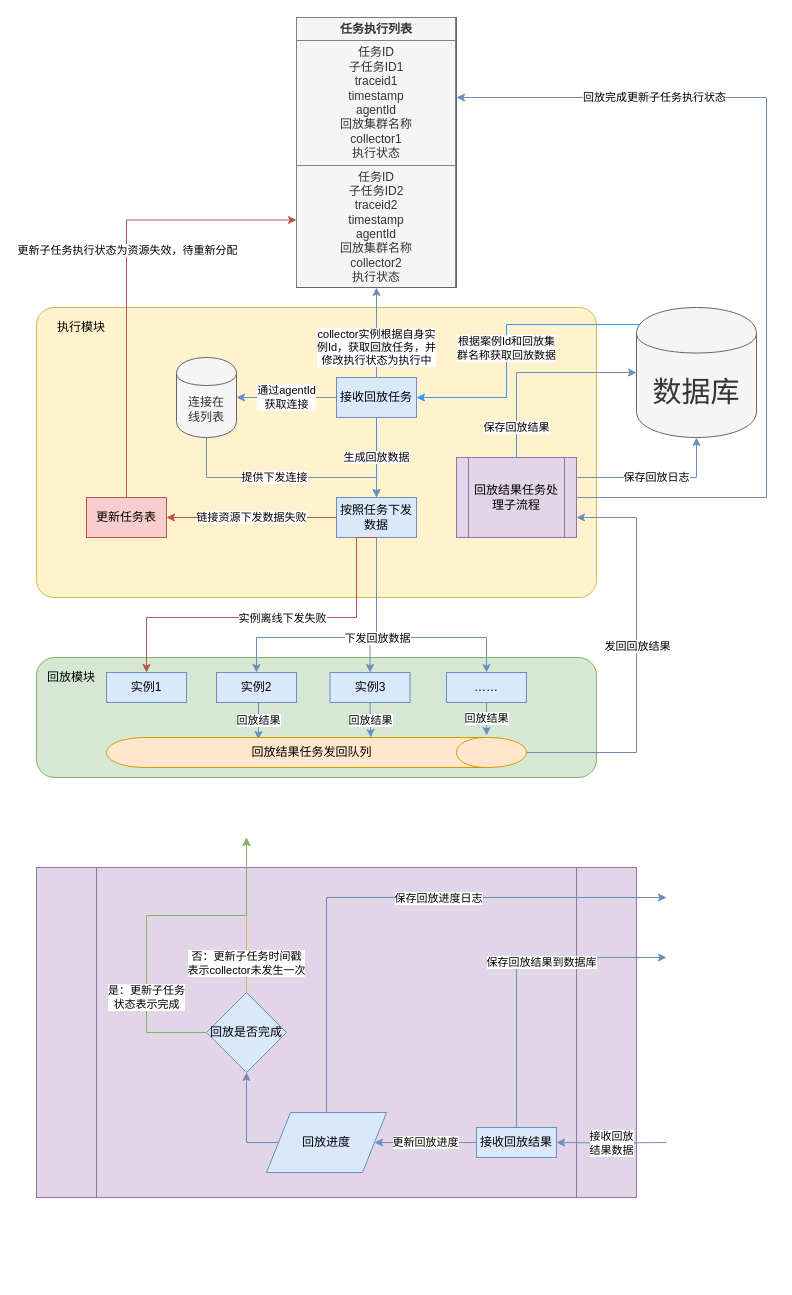
Above: 执行模块.drawio in emothion/diagrams (draw.io), before the change. Source tidied: cells renumbered, new cells numbered last; positions are measured from the earlier drawing's top-left corner, leaving out a move shared by most shapes. Both pictures are drawn from the tidied source at 100%, with x=0, y=0 at pixel (36, 17).
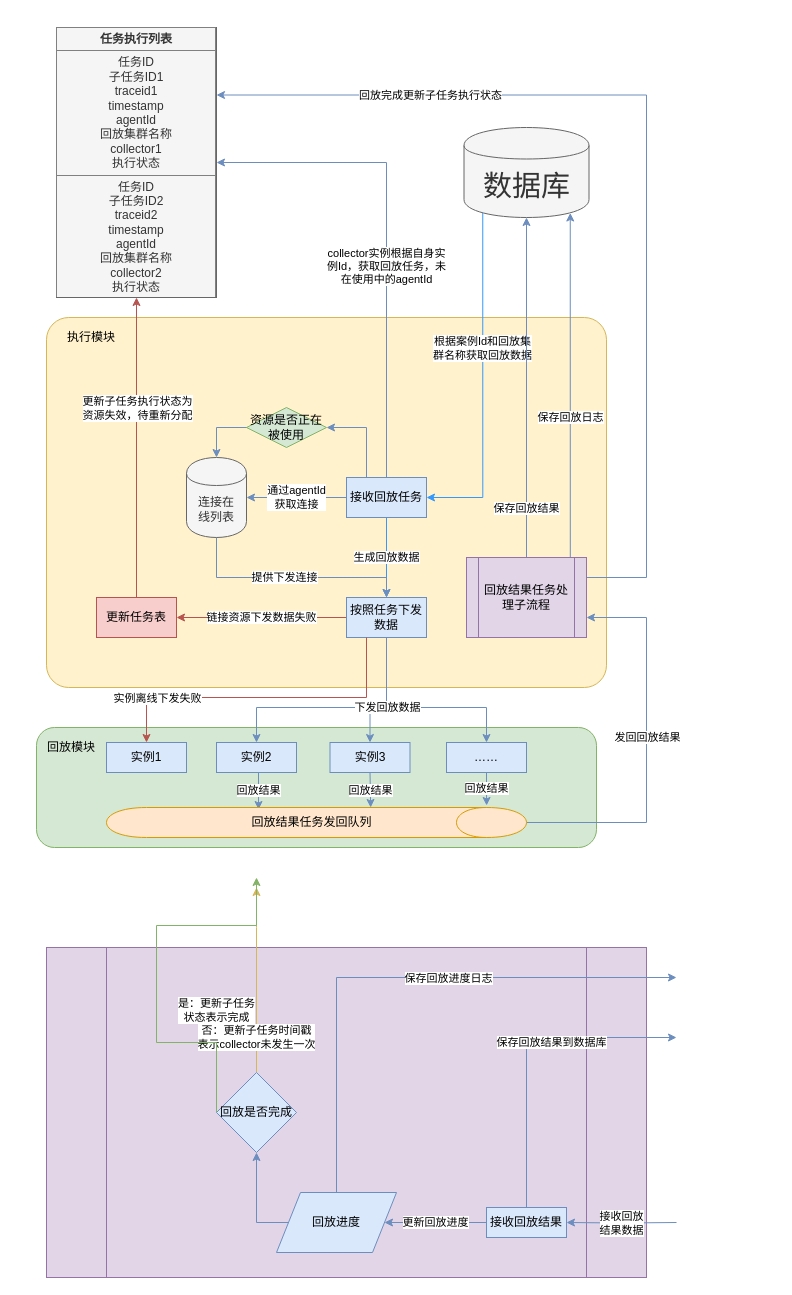
The same diagram, later.

Commit message (it also covers changes not shown here):
更新执行模块.drawio

Change to the diagram source:
```diff
@@
-    <mxCell id="2" style="shape=process;whiteSpace=wrap;html=1;backgroundOutline=1;fillColor=#e1d5e7;strokeColor=#9673a6;" parent="1" vertex="1">
-      <mxGeometry y="850" width="600" height="330" as="geometry" />
-    </mxCell>
+    <mxCell id="54" style="shape=process;whiteSpace=wrap;html=1;backgroundOutline=1;fillColor=#e1d5e7;strokeColor=#9673a6;" parent="1" vertex="1">
+      <mxGeometry x="10" y="930" width="600" height="330" as="geometry" />
+    </mxCell>
     <mxCell id="3" value="接收回放&lt;br&gt;结果数据" style="edgeStyle=orthogonalEdgeStyle;rounded=0;jettySize=auto;html=1;entryX=1;entryY=0.5;entryDx=0;entryDy=0;fillColor=#dae8fc;strokeColor=#6c8ebf;" parent="1" edge="1" target="46">
       <mxGeometry relative="1" as="geometry">
-        <mxPoint x="630" y="1125" as="sourcePoint" />
+        <mxPoint x="640" y="1205" as="sourcePoint" />
       </mxGeometry>
     </mxCell>
-    <mxCell id="4" style="rounded=1;whiteSpace=wrap;html=1;fillColor=#fff2cc;strokeColor=#d6b656;arcSize=6;" parent="1" vertex="1">
-      <mxGeometry y="290" width="560" height="290" as="geometry" />
-    </mxCell>
-    <mxCell id="5" style="rounded=1;whiteSpace=wrap;html=1;fillColor=#d5e8d4;strokeColor=#82b366;" parent="1" vertex="1">
-      <mxGeometry y="640" width="560" height="120" as="geometry" />
-    </mxCell>
+    <mxCell id="55" style="rounded=1;whiteSpace=wrap;html=1;fillColor=#fff2cc;strokeColor=#d6b656;arcSize=6;" parent="1" vertex="1">
+      <mxGeometry x="10" y="300" width="560" height="370" as="geometry" />
+    </mxCell>
+    <mxCell id="56" style="rounded=1;whiteSpace=wrap;html=1;fillColor=#d5e8d4;strokeColor=#82b366;" parent="1" vertex="1">
+      <mxGeometry y="710" width="560" height="120" as="geometry" />
+    </mxCell>
     <mxCell id="6" value="生成回放数据" style="edgeStyle=orthogonalEdgeStyle;rounded=0;jettySize=auto;html=1;exitX=0.5;exitY=1;exitDx=0;exitDy=0;entryX=0.5;entryY=0;entryDx=0;entryDy=0;strokeColor=#3399FF;fontSize=11;fontColor=#000000;" parent="1" edge="1" source="9" target="11">
       <mxGeometry relative="1" as="geometry">
         <Array as="points">
-          <mxPoint x="340" y="440" />
-          <mxPoint x="340" y="440" />
+          <mxPoint x="350" y="540" />
+          <mxPoint x="350" y="540" />
         </Array>
       </mxGeometry>
     </mxCell>
-    <mxCell id="7" value="collector实例根据自身实&lt;br&gt;例Id，获取回放任务，并&lt;br&gt;修改执行状态为执行中" style="edgeStyle=orthogonalEdgeStyle;rounded=0;jettySize=auto;html=1;exitX=0.5;exitY=0;exitDx=0;exitDy=0;entryX=0.5;entryY=1;entryDx=0;entryDy=0;fillColor=#dae8fc;strokeColor=#6c8ebf;" parent="1" edge="1" source="9" target="14">
-      <mxGeometry x="-0.33" relative="1" as="geometry" />
+    <mxCell id="7" value="collector实例根据自身实&lt;br&gt;例Id，获取回放任务，未&lt;br&gt;在使用中的agentId" style="edgeStyle=orthogonalEdgeStyle;rounded=0;jettySize=auto;html=1;exitX=0.5;exitY=0;exitDx=0;exitDy=0;entryX=1;entryY=0.5;entryDx=0;entryDy=0;fillColor=#dae8fc;strokeColor=#6c8ebf;" parent="1" edge="1" source="9" target="14">
+      <mxGeometry x="-0.13" relative="1" as="geometry" />
     </mxCell>
@@
+    <mxCell id="57" style="edgeStyle=orthogonalEdgeStyle;rounded=0;jettySize=auto;html=1;exitX=0.25;exitY=0;exitDx=0;exitDy=0;entryX=0.5;entryY=0;entryDx=0;entryDy=0;fillColor=#dae8fc;strokeColor=#6c8ebf;" parent="1" edge="1" source="61" target="42">
+      <mxGeometry relative="1" as="geometry">
+        <Array as="points">
+          <mxPoint x="180" y="410" />
+        </Array>
+      </mxGeometry>
+    </mxCell>
     <mxCell id="9" value="接收回放任务" style="rounded=0;whiteSpace=wrap;html=1;fillColor=#dae8fc;strokeColor=#6c8ebf;" parent="1" vertex="1">
-      <mxGeometry x="300" y="360" width="80" height="40" as="geometry" />
+      <mxGeometry x="310" y="460" width="80" height="40" as="geometry" />
     </mxCell>
@@
     <mxCell id="11" value="按照任务下发数据" style="rounded=0;whiteSpace=wrap;html=1;fillColor=#dae8fc;strokeColor=#6c8ebf;" parent="1" vertex="1">
-      <mxGeometry x="300" y="480" width="80" height="40" as="geometry" />
+      <mxGeometry x="310" y="580" width="80" height="40" as="geometry" />
     </mxCell>
-    <mxCell id="12" value="根据案例Id和回放集&lt;br&gt;群名称获取回放数据" style="edgeStyle=orthogonalEdgeStyle;rounded=0;jettySize=auto;html=1;exitX=0.15;exitY=0.05;exitDx=0;exitDy=0;exitPerimeter=0;entryX=1;entryY=0.5;entryDx=0;entryDy=0;strokeColor=#3399FF;fontSize=11;fontColor=#000000;" parent="1" edge="1" source="13" target="9">
-      <mxGeometry x="0.13" relative="1" as="geometry">
+    <mxCell id="12" value="根据案例Id和回放集&lt;br&gt;群名称获取回放数据" style="edgeStyle=orthogonalEdgeStyle;rounded=0;jettySize=auto;html=1;exitX=0.15;exitY=0.95;exitDx=0;exitDy=0;entryX=1;entryY=0.5;entryDx=0;entryDy=0;strokeColor=#3399FF;fontSize=11;fontColor=#000000;exitPerimeter=0;" parent="1" edge="1" source="13" target="9">
+      <mxGeometry x="-0.21" relative="1" as="geometry">
         <Array as="points">
-          <mxPoint x="470" y="307" />
-          <mxPoint x="470" y="380" />
+          <mxPoint x="446" y="480" />
         </Array>
+        <mxPoint y="1" as="offset" />
       </mxGeometry>
     </mxCell>
     <mxCell id="13" value="数据库" style="shape=cylinder;whiteSpace=wrap;html=1;boundedLbl=1;backgroundOutline=1;fontSize=29;fontColor=#333333;fillColor=#f5f5f5;strokeColor=#666666;" parent="1" vertex="1">
-      <mxGeometry x="600" y="290" width="120" height="130" as="geometry" />
+      <mxGeometry x="427.5" y="110" width="125" height="90" as="geometry" />
     </mxCell>
     <mxCell id="14" value="&lt;table border=&quot;1&quot; width=&quot;100%&quot; cellpadding=&quot;4&quot; style=&quot;width: 100% ; height: 100% ; border-collapse: collapse&quot;&gt;&lt;tbody&gt;&lt;tr&gt;&lt;th align=&quot;center&quot;&gt;任务执行列表&lt;/th&gt;&lt;/tr&gt;&lt;tr&gt;&lt;td align=&quot;center&quot;&gt;任务ID&lt;br&gt;子任务ID1&lt;br&gt;traceid1&lt;br&gt;timestamp&lt;br&gt;agentId&lt;br&gt;回放集群名称&lt;br&gt;collector1&lt;br&gt;执行状态&lt;/td&gt;&lt;/tr&gt;&lt;tr&gt;&lt;td align=&quot;center&quot;&gt;任务ID&lt;br&gt;子任务ID2&lt;br&gt;traceid2&lt;br&gt;timestamp&lt;br&gt;agentId&lt;br&gt;回放集群名称&lt;br&gt;collector2&lt;br&gt;执行状态&lt;br&gt;&lt;/td&gt;&lt;/tr&gt;&lt;/tbody&gt;&lt;/table&gt;" style="text;html=1;strokeColor=#666666;fillColor=#f5f5f5;overflow=fill;fontColor=#333333;" parent="1" vertex="1">
-      <mxGeometry x="260" width="160" height="270" as="geometry" />
+      <mxGeometry x="20" y="10" width="160" height="270" as="geometry" />
     </mxCell>
     <mxCell id="15" value="执行模块" style="text;html=1;strokeColor=none;fillColor=none;align=center;verticalAlign=middle;whiteSpace=wrap;rounded=0;" parent="1" vertex="1">
-      <mxGeometry x="10" y="300" width="70" height="20" as="geometry" />
+      <mxGeometry x="20" y="310" width="70" height="20" as="geometry" />
     </mxCell>
     <mxCell id="16" value="回放模块" style="text;html=1;strokeColor=none;fillColor=none;align=center;verticalAlign=middle;whiteSpace=wrap;rounded=0;" parent="1" vertex="1">
-      <mxGeometry x="10" y="650" width="50" height="20" as="geometry" />
+      <mxGeometry x="10" y="720" width="50" height="20" as="geometry" />
     </mxCell>
     <mxCell id="17" value="实例1" style="rounded=0;whiteSpace=wrap;html=1;fillColor=#dae8fc;strokeColor=#6c8ebf;" parent="1" vertex="1">
-      <mxGeometry x="70" y="655" width="80" height="30" as="geometry" />
+      <mxGeometry x="70" y="725" width="80" height="30" as="geometry" />
     </mxCell>
@@
     <mxCell id="19" value="实例2" style="rounded=0;whiteSpace=wrap;html=1;fillColor=#dae8fc;strokeColor=#6c8ebf;" parent="1" vertex="1">
-      <mxGeometry x="180" y="655" width="80" height="30" as="geometry" />
+      <mxGeometry x="180" y="725" width="80" height="30" as="geometry" />
     </mxCell>
@@
     <mxCell id="21" value="实例3" style="rounded=0;whiteSpace=wrap;html=1;fillColor=#dae8fc;strokeColor=#6c8ebf;" parent="1" vertex="1">
-      <mxGeometry x="293.5" y="655" width="80" height="30" as="geometry" />
+      <mxGeometry x="293.5" y="725" width="80" height="30" as="geometry" />
     </mxCell>
@@
     <mxCell id="23" value="……" style="rounded=0;whiteSpace=wrap;html=1;fillColor=#dae8fc;strokeColor=#6c8ebf;" parent="1" vertex="1">
-      <mxGeometry x="410" y="655" width="80" height="30" as="geometry" />
+      <mxGeometry x="410" y="725" width="80" height="30" as="geometry" />
     </mxCell>
     <mxCell id="24" style="edgeStyle=orthogonalEdgeStyle;rounded=0;jettySize=auto;html=1;exitX=0.5;exitY=1;exitDx=0;exitDy=0;entryX=0.5;entryY=0;entryDx=0;entryDy=0;fillColor=#dae8fc;strokeColor=#6c8ebf;" parent="1" edge="1" source="11" target="21">
       <mxGeometry relative="1" as="geometry">
         <Array as="points">
-          <mxPoint x="340" y="620" />
-          <mxPoint x="334" y="620" />
+          <mxPoint x="350" y="690" />
+          <mxPoint x="334" y="690" />
         </Array>
       </mxGeometry>
     </mxCell>
     <mxCell id="25" style="edgeStyle=orthogonalEdgeStyle;rounded=0;jettySize=auto;html=1;exitX=0.5;exitY=1;exitDx=0;exitDy=0;entryX=0.5;entryY=0;entryDx=0;entryDy=0;fillColor=#dae8fc;strokeColor=#6c8ebf;" parent="1" edge="1" source="11" target="23">
       <mxGeometry relative="1" as="geometry">
         <Array as="points">
-          <mxPoint x="340" y="620" />
-          <mxPoint x="450" y="620" />
+          <mxPoint x="350" y="690" />
+          <mxPoint x="450" y="690" />
         </Array>
       </mxGeometry>
     </mxCell>
     <mxCell id="26" style="edgeStyle=orthogonalEdgeStyle;rounded=0;jettySize=auto;html=1;exitX=0.5;exitY=1;exitDx=0;exitDy=0;entryX=0.5;entryY=0;entryDx=0;entryDy=0;fillColor=#dae8fc;strokeColor=#6c8ebf;" parent="1" edge="1" source="11" target="19">
       <mxGeometry relative="1" as="geometry">
         <Array as="points">
-          <mxPoint x="340" y="620" />
-          <mxPoint x="220" y="620" />
+          <mxPoint x="350" y="690" />
+          <mxPoint x="220" y="690" />
         </Array>
       </mxGeometry>
     </mxCell>
     <mxCell id="27" value="下发回放数据" style="edgeLabel;html=1;align=center;verticalAlign=middle;" parent="26" vertex="1">
       <mxGeometry x="-0.47" y="-1" relative="1" as="geometry">
-        <mxPoint x="1" y="32" as="offset" />
+        <mxPoint x="1" y="7" as="offset" />
       </mxGeometry>
     </mxCell>
-    <mxCell id="28" style="edgeStyle=orthogonalEdgeStyle;rounded=0;jettySize=auto;html=1;exitX=0.5;exitY=1;exitDx=0;exitDy=0;entryX=0.5;entryY=0;entryDx=0;entryDy=0;fillColor=#f8cecc;strokeColor=#b85450;" parent="1" edge="1" source="11" target="17">
+    <mxCell id="28" style="edgeStyle=orthogonalEdgeStyle;rounded=0;jettySize=auto;html=1;exitX=0.25;exitY=1;exitDx=0;exitDy=0;entryX=0.5;entryY=0;entryDx=0;entryDy=0;fillColor=#f8cecc;strokeColor=#b85450;" parent="1" edge="1" source="11" target="17">
       <mxGeometry relative="1" as="geometry">
         <Array as="points">
-          <mxPoint x="320" y="520" />
-          <mxPoint x="320" y="600" />
-          <mxPoint x="110" y="600" />
+          <mxPoint x="330" y="680" />
+          <mxPoint x="110" y="680" />
         </Array>
       </mxGeometry>
     </mxCell>
     <mxCell id="29" value="实例离线下发失败" style="edgeLabel;html=1;align=center;verticalAlign=middle;" parent="28" vertex="1">
-      <mxGeometry x="-0.04" relative="1" as="geometry" />
+      <mxGeometry x="-0.04" relative="1" as="geometry">
+        <mxPoint x="-114" as="offset" />
+      </mxGeometry>
     </mxCell>
     <mxCell id="30" style="edgeStyle=orthogonalEdgeStyle;rounded=0;jettySize=auto;html=1;exitX=0.5;exitY=0;exitDx=0;exitDy=0;entryX=1;entryY=0.75;entryDx=0;entryDy=0;fillColor=#dae8fc;strokeColor=#6c8ebf;" parent="1" edge="1" source="32" target="36">
       <mxGeometry relative="1" as="geometry">
         <Array as="points">
-          <mxPoint x="600" y="735" />
-          <mxPoint x="600" y="500" />
+          <mxPoint x="610" y="805" />
+          <mxPoint x="610" y="600" />
         </Array>
       </mxGeometry>
     </mxCell>
@@
     <mxCell id="32" value="回放结果任务发回队列" style="shape=cylinder;whiteSpace=wrap;html=1;boundedLbl=1;backgroundOutline=1;direction=south;fillColor=#ffe6cc;strokeColor=#d79b00;" parent="1" vertex="1">
-      <mxGeometry x="70" y="720" width="420" height="30" as="geometry" />
+      <mxGeometry x="70" y="790" width="420" height="30" as="geometry" />
     </mxCell>
-    <mxCell id="33" value="保存回放结果" style="edgeStyle=orthogonalEdgeStyle;rounded=0;jettySize=auto;html=1;exitX=0.5;exitY=0;exitDx=0;exitDy=0;entryX=0;entryY=0.5;entryDx=0;entryDy=0;fillColor=#dae8fc;strokeColor=#6c8ebf;" parent="1" edge="1" source="36" target="13">
+    <mxCell id="33" value="保存回放结果" style="edgeStyle=orthogonalEdgeStyle;rounded=0;jettySize=auto;html=1;exitX=0.5;exitY=0;exitDx=0;exitDy=0;entryX=0.5;entryY=1;entryDx=0;entryDy=0;fillColor=#dae8fc;strokeColor=#6c8ebf;" parent="1" edge="1" source="36" target="13">
       <mxGeometry x="-0.71" relative="1" as="geometry" />
     </mxCell>
-    <mxCell id="34" value="回放完成更新子任务执行状态" style="edgeStyle=orthogonalEdgeStyle;rounded=0;jettySize=auto;html=1;exitX=1;exitY=0.5;exitDx=0;exitDy=0;fillColor=#dae8fc;strokeColor=#6c8ebf;" parent="1" edge="1" source="36">
+    <mxCell id="34" value="回放完成更新子任务执行状态" style="edgeStyle=orthogonalEdgeStyle;rounded=0;jettySize=auto;html=1;exitX=1;exitY=0.25;exitDx=0;exitDy=0;fillColor=#dae8fc;strokeColor=#6c8ebf;entryX=1;entryY=0.25;entryDx=0;entryDy=0;" parent="1" edge="1" source="36" target="14">
       <mxGeometry x="0.56" relative="1" as="geometry">
-        <mxPoint x="420" y="80" as="targetPoint" />
         <Array as="points">
-          <mxPoint x="730" y="480" />
-          <mxPoint x="730" y="80" />
+          <mxPoint x="610" y="560" />
+          <mxPoint x="610" y="78" />
         </Array>
       </mxGeometry>
     </mxCell>
-    <mxCell id="35" value="保存回放日志" style="edgeStyle=orthogonalEdgeStyle;rounded=0;jettySize=auto;html=1;exitX=1;exitY=0.25;exitDx=0;exitDy=0;entryX=0.5;entryY=1;entryDx=0;entryDy=0;fillColor=#dae8fc;strokeColor=#6c8ebf;" parent="1" edge="1" source="36" target="13">
-      <mxGeometry relative="1" as="geometry" />
+    <mxCell id="35" value="保存回放日志" style="edgeStyle=orthogonalEdgeStyle;rounded=0;jettySize=auto;html=1;exitX=0.75;exitY=0;exitDx=0;exitDy=0;fillColor=#dae8fc;strokeColor=#6c8ebf;entryX=0.85;entryY=0.95;entryDx=0;entryDy=0;entryPerimeter=0;" parent="1" edge="1" source="36" target="13">
+      <mxGeometry x="-0.14" relative="1" as="geometry">
+        <Array as="points">
+          <mxPoint x="534" y="540" />
+        </Array>
+      </mxGeometry>
     </mxCell>
     <mxCell id="36" value="回放结果任务处理子流程" style="shape=process;whiteSpace=wrap;html=1;backgroundOutline=1;fillColor=#e1d5e7;strokeColor=#9673a6;" parent="1" vertex="1">
-      <mxGeometry x="420" y="440" width="120" height="80" as="geometry" />
+      <mxGeometry x="430" y="540" width="120" height="80" as="geometry" />
     </mxCell>
-    <mxCell id="37" style="edgeStyle=orthogonalEdgeStyle;rounded=0;jettySize=auto;html=1;exitX=0.5;exitY=0;exitDx=0;exitDy=0;entryX=0;entryY=0.75;entryDx=0;entryDy=0;fillColor=#f8cecc;strokeColor=#b85450;" parent="1" edge="1" source="39" target="14">
+    <mxCell id="37" style="edgeStyle=orthogonalEdgeStyle;rounded=0;jettySize=auto;html=1;exitX=0.5;exitY=0;exitDx=0;exitDy=0;entryX=0.5;entryY=1;entryDx=0;entryDy=0;fillColor=#f8cecc;strokeColor=#b85450;" parent="1" edge="1" source="39" target="14">
       <mxGeometry relative="1" as="geometry" />
     </mxCell>
-    <mxCell id="38" value="更新子任务执行状态为资源失效，待重新分配" style="edgeLabel;html=1;align=center;verticalAlign=middle;" parent="37" vertex="1">
-      <mxGeometry x="0.01" y="1" relative="1" as="geometry">
-        <mxPoint x="1" y="-22" as="offset" />
-      </mxGeometry>
-    </mxCell>
+    <mxCell id="58" value="更新子任务执行状态为&lt;br&gt;资源失效，待重新分配" style="edgeLabel;html=1;align=center;verticalAlign=middle;" parent="37" vertex="1">
+      <mxGeometry x="0.01" y="1" relative="1" as="geometry">
+        <mxPoint x="1" y="-38" as="offset" />
+      </mxGeometry>
+    </mxCell>
     <mxCell id="39" value="更新任务表" style="rounded=0;whiteSpace=wrap;html=1;fillColor=#f8cecc;strokeColor=#b85450;" parent="1" vertex="1">
-      <mxGeometry x="50" y="480" width="80" height="40" as="geometry" />
+      <mxGeometry x="60" y="580" width="80" height="40" as="geometry" />
     </mxCell>
     <mxCell id="40" style="edgeStyle=orthogonalEdgeStyle;rounded=0;jettySize=auto;html=1;exitX=0.5;exitY=1;exitDx=0;exitDy=0;entryX=0.5;entryY=0;entryDx=0;entryDy=0;fillColor=#dae8fc;strokeColor=#6c8ebf;" parent="1" edge="1" source="42" target="11">
       <mxGeometry relative="1" as="geometry">
         <Array as="points">
-          <mxPoint x="170" y="460" />
-          <mxPoint x="340" y="460" />
+          <mxPoint x="180" y="560" />
+          <mxPoint x="350" y="560" />
         </Array>
       </mxGeometry>
     </mxCell>
@@
     <mxCell id="42" value="连接在&lt;br&gt;线列表" style="shape=cylinder;whiteSpace=wrap;html=1;boundedLbl=1;backgroundOutline=1;fillColor=#f5f5f5;strokeColor=#666666;fontColor=#333333;" parent="1" vertex="1">
-      <mxGeometry x="140" y="340" width="60" height="80" as="geometry" />
+      <mxGeometry x="150" y="440" width="60" height="80" as="geometry" />
     </mxCell>
-    <mxCell id="43" style="edgeStyle=orthogonalEdgeStyle;rounded=0;jettySize=auto;html=1;exitX=0.5;exitY=0;exitDx=0;exitDy=0;fillColor=#dae8fc;strokeColor=#6c8ebf;" parent="1" edge="1" source="46">
-      <mxGeometry relative="1" as="geometry">
-        <mxPoint x="630" y="940" as="targetPoint" />
-        <Array as="points">
-          <mxPoint x="480" y="940" />
-        </Array>
-      </mxGeometry>
-    </mxCell>
+    <mxCell id="59" style="edgeStyle=orthogonalEdgeStyle;rounded=0;jettySize=auto;html=1;exitX=0.5;exitY=0;exitDx=0;exitDy=0;fillColor=#dae8fc;strokeColor=#6c8ebf;" parent="1" edge="1" source="46">
+      <mxGeometry relative="1" as="geometry">
+        <mxPoint x="640" y="1020" as="targetPoint" />
+        <Array as="points">
+          <mxPoint x="490" y="1020" />
+        </Array>
+      </mxGeometry>
+    </mxCell>
-    <mxCell id="44" value="保存回放结果到数据库" style="edgeLabel;html=1;align=center;verticalAlign=middle;" parent="43" vertex="1">
+    <mxCell id="44" value="保存回放结果到数据库" style="edgeLabel;html=1;align=center;verticalAlign=middle;" parent="59" vertex="1">
       <mxGeometry x="0.04" y="-24" relative="1" as="geometry" />
     </mxCell>
@@
     <mxCell id="46" value="接收回放结果" style="rounded=0;whiteSpace=wrap;html=1;fillColor=#dae8fc;strokeColor=#6c8ebf;" parent="1" vertex="1">
-      <mxGeometry x="440" y="1110" width="80" height="30" as="geometry" />
+      <mxGeometry x="450" y="1190" width="80" height="30" as="geometry" />
     </mxCell>
-    <mxCell id="47" style="edgeStyle=orthogonalEdgeStyle;rounded=0;jettySize=auto;html=1;exitX=0.5;exitY=0;exitDx=0;exitDy=0;fillColor=#dae8fc;strokeColor=#6c8ebf;" parent="1" edge="1" source="50">
-      <mxGeometry relative="1" as="geometry">
-        <mxPoint x="630" y="880" as="targetPoint" />
-        <Array as="points">
-          <mxPoint x="290" y="880" />
-        </Array>
-      </mxGeometry>
-    </mxCell>
+    <mxCell id="60" style="edgeStyle=orthogonalEdgeStyle;rounded=0;jettySize=auto;html=1;exitX=0.5;exitY=0;exitDx=0;exitDy=0;fillColor=#dae8fc;strokeColor=#6c8ebf;" parent="1" edge="1" source="50">
+      <mxGeometry relative="1" as="geometry">
+        <mxPoint x="640" y="960" as="targetPoint" />
+        <Array as="points">
+          <mxPoint x="300" y="960" />
+        </Array>
+      </mxGeometry>
+    </mxCell>
-    <mxCell id="48" value="保存回放进度日志" style="edgeLabel;html=1;align=center;verticalAlign=middle;" parent="47" vertex="1">
+    <mxCell id="48" value="保存回放进度日志" style="edgeLabel;html=1;align=center;verticalAlign=middle;" parent="60" vertex="1">
       <mxGeometry x="-0.14" y="-2" relative="1" as="geometry">
         <mxPoint x="87" y="-2" as="offset" />
       </mxGeometry>
     </mxCell>
     <mxCell id="49" style="edgeStyle=orthogonalEdgeStyle;rounded=0;jettySize=auto;html=1;exitX=0;exitY=0.5;exitDx=0;exitDy=0;entryX=0.5;entryY=1;entryDx=0;entryDy=0;fillColor=#dae8fc;strokeColor=#6c8ebf;" parent="1" edge="1" source="50" target="53">
       <mxGeometry relative="1" as="geometry">
         <Array as="points">
-          <mxPoint x="210" y="1125" />
+          <mxPoint x="220" y="1205" />
         </Array>
       </mxGeometry>
     </mxCell>
     <mxCell id="50" value="回放进度" style="shape=parallelogram;perimeter=parallelogramPerimeter;whiteSpace=wrap;html=1;fillColor=#dae8fc;strokeColor=#6c8ebf;" parent="1" vertex="1">
-      <mxGeometry x="230" y="1095" width="120" height="60" as="geometry" />
+      <mxGeometry x="240" y="1175" width="120" height="60" as="geometry" />
     </mxCell>
     <mxCell id="51" value="否：更新子任务时间戳&lt;br&gt;表示collector未发生一次" style="edgeStyle=orthogonalEdgeStyle;rounded=0;jettySize=auto;html=1;exitX=0.5;exitY=0;exitDx=0;exitDy=0;fillColor=#fff2cc;strokeColor=#d6b656;" parent="1" edge="1" source="53">
       <mxGeometry x="-0.62" relative="1" as="geometry">
-        <mxPoint x="210" y="820" as="targetPoint" />
+        <mxPoint x="220" y="870" as="targetPoint" />
         <Array as="points">
-          <mxPoint x="210" y="900" />
-          <mxPoint x="210" y="900" />
+          <mxPoint x="220" y="910" />
+          <mxPoint x="220" y="910" />
         </Array>
       </mxGeometry>
     </mxCell>
     <mxCell id="52" value="是：更新子任务&lt;br&gt;状态表示完成" style="edgeStyle=orthogonalEdgeStyle;rounded=0;jettySize=auto;html=1;exitX=0;exitY=0.5;exitDx=0;exitDy=0;fillColor=#d5e8d4;strokeColor=#82b366;" parent="1" edge="1" source="53">
       <mxGeometry x="-0.66" y="-35" relative="1" as="geometry">
-        <mxPoint x="210" y="820" as="targetPoint" />
+        <mxPoint x="220" y="860" as="targetPoint" />
         <Array as="points">
-          <mxPoint x="110" y="1015" />
-          <mxPoint x="110" y="898" />
-          <mxPoint x="210" y="898" />
+          <mxPoint x="120" y="1025" />
+          <mxPoint x="120" y="908" />
+          <mxPoint x="220" y="908" />
         </Array>
         <mxPoint x="-35" y="-35" as="offset" />
       </mxGeometry>
     </mxCell>
     <mxCell id="53" value="回放是否完成" style="rhombus;whiteSpace=wrap;html=1;fillColor=#dae8fc;strokeColor=#6c8ebf;" parent="1" vertex="1">
-      <mxGeometry x="170" y="975" width="80" height="80" as="geometry" />
+      <mxGeometry x="180" y="1055" width="80" height="80" as="geometry" />
     </mxCell>
+    <mxCell id="61" value="资源是否正在被使用" style="rhombus;whiteSpace=wrap;html=1;fillColor=#d5e8d4;strokeColor=#82b366;" parent="1" vertex="1">
+      <mxGeometry x="210" y="390" width="80" height="40" as="geometry" />
+    </mxCell>
+    <mxCell id="62" style="edgeStyle=orthogonalEdgeStyle;rounded=0;jettySize=auto;html=1;exitX=0.25;exitY=0;exitDx=0;exitDy=0;fillColor=#dae8fc;strokeColor=#6c8ebf;entryX=1;entryY=0.5;entryDx=0;entryDy=0;" parent="1" edge="1" source="9" target="61">
+      <mxGeometry relative="1" as="geometry">
+        <Array as="points">
+          <mxPoint x="330" y="410" />
+        </Array>
+      </mxGeometry>
+    </mxCell>
```
